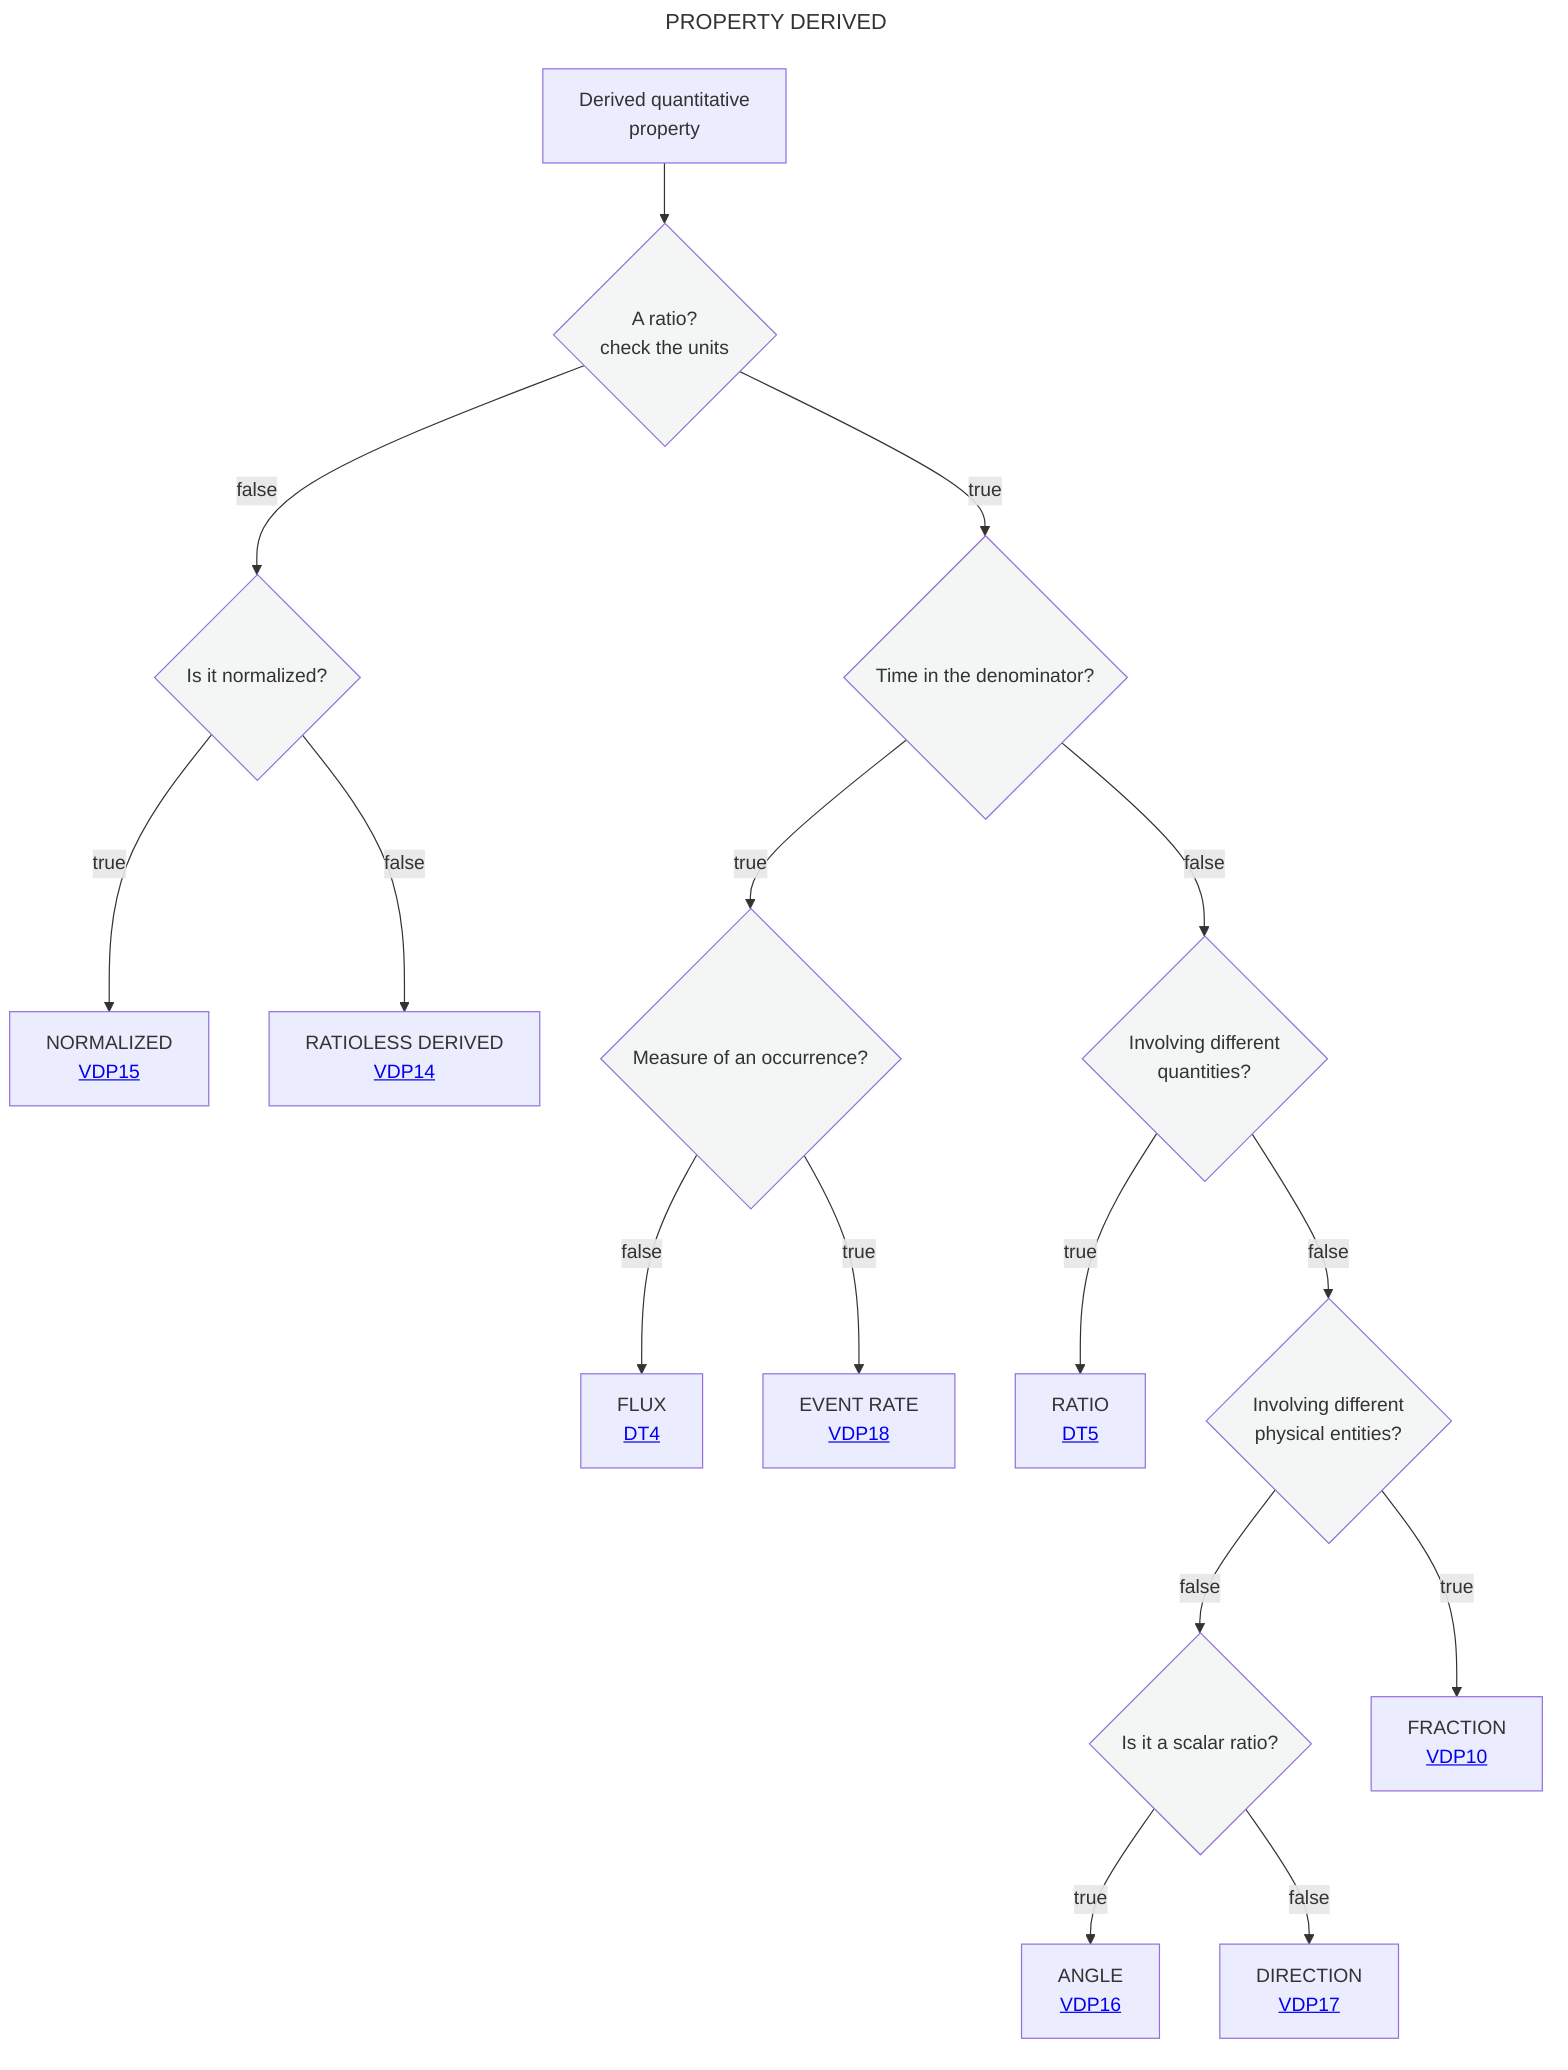
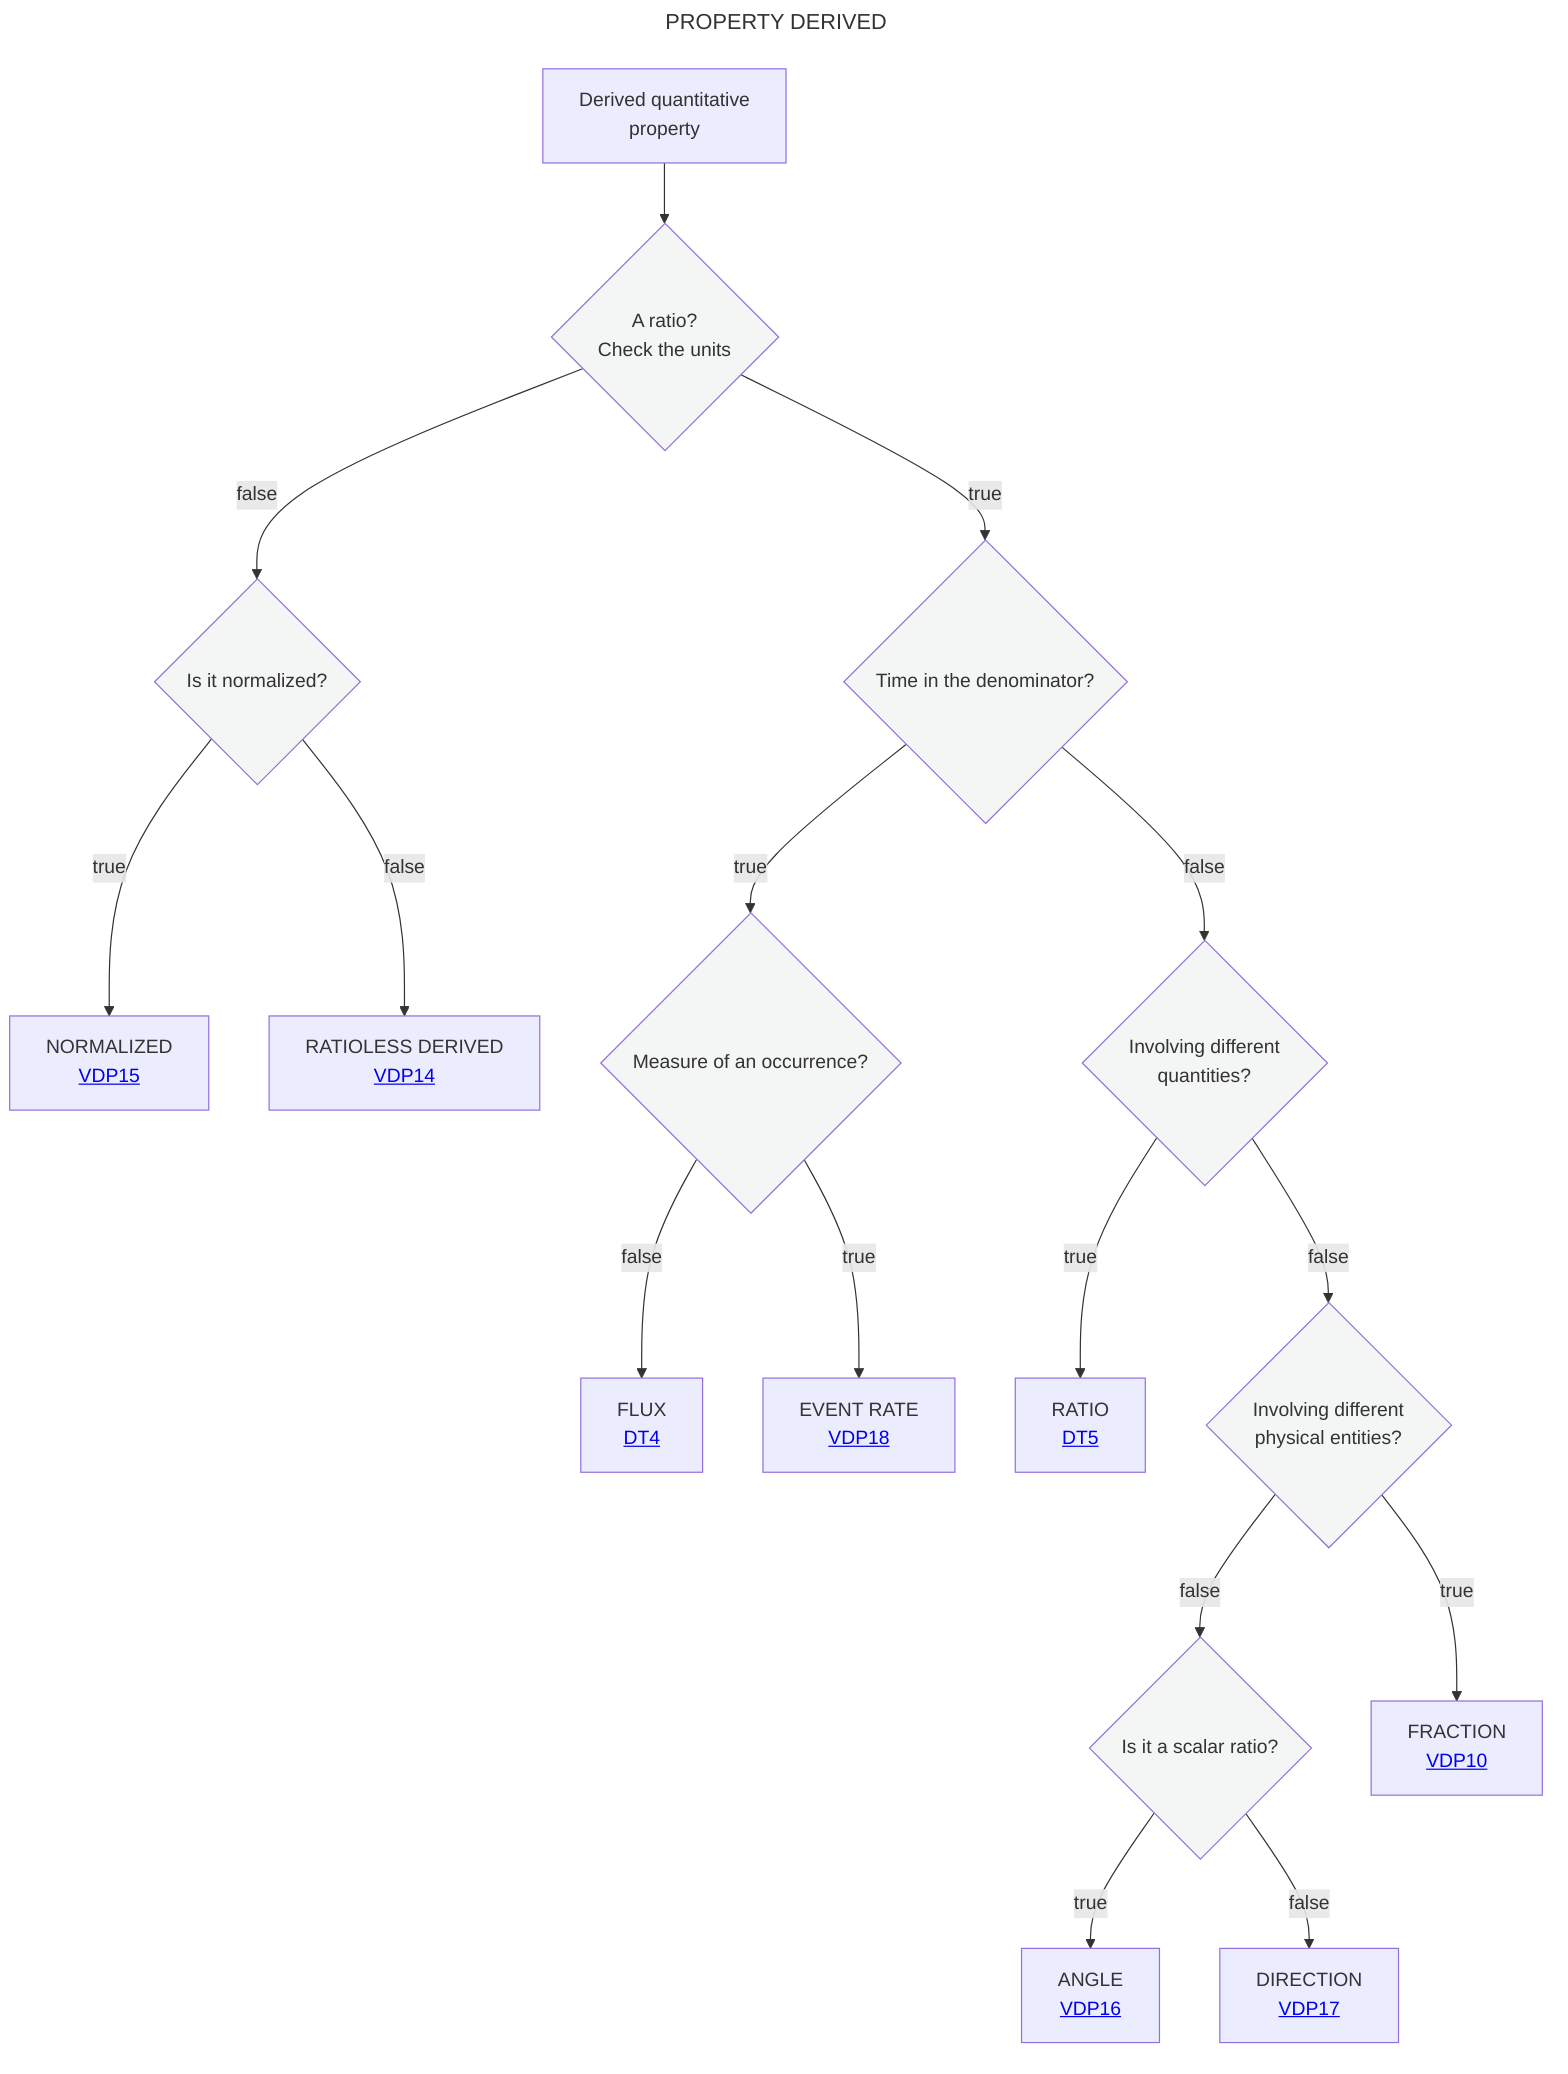
---
title: PROPERTY DERIVED
---
flowchart TD
-     A[Derived quantitative <br> property] --> B{A ratio?<br>check the units}:::white
+     A[Derived quantitative <br> property] --> B{A ratio?<br>Check the units}:::white
    B --> |true|N{Time in the denominator?}:::white
    B --> |false|I{Is it normalized?}:::white
    I --> |true|T[NORMALIZED <br> <a href='https://github.com/mabablue/I-ADOPT-patterns-playground/blob/main/pattern/VDP15.yaml'>VDP15</a>]
    I --> |false|U[RATIOLESS DERIVED <br> <a href='https://github.com/mabablue/I-ADOPT-patterns-playground/blob/main/pattern/VDP14.yaml'>VDP14</a>]
    N --> |true|E{Measure of an occurrence?}:::white
    E --> |false|K[FLUX <br> <a href='https://github.com/mabablue/I-ADOPT-patterns-playground/blob/main/Decisition_trees/DT4.mmd'> DT4</a>]
    E --> |true|J[EVENT RATE <br> <a href='https://github.com/mabablue/I-ADOPT-patterns-playground/blob/main/pattern/VDP18.yaml'>VDP18</a>]
    N --> |false|O{Involving different <br> quantities?}:::white
    O --> |true|P[RATIO <br> <a href='https://github.com/mabablue/I-ADOPT-patterns-playground/blob/main/Decisition_trees/DT5.mmd'> DT5</a>]
    O --> |false|Q{Involving different <br> physical entities?}:::white
    Q --> |false|R{Is it a scalar ratio?}:::white
    R --> |true|L[ANGLE <br> <a href='https://github.com/mabablue/I-ADOPT-patterns-playground/blob/main/pattern/VDP16.yaml'>VDP16</a>]
    R --> |false|M[DIRECTION <br> <a href='https://github.com/mabablue/I-ADOPT-patterns-playground/blob/main/pattern/VDP17.yaml'>VDP17</a>]
    Q --> |true|S[FRACTION <br> <a href='https://github.com/mabablue/I-ADOPT-patterns-playground/blob/main/pattern/VDP10.yaml'>VDP10</a>]
   classDef blue fill:#90D5FF
   classDef satblue fill:#57B9FF
   classDef white fill:#f3f6f4
   classDef green fill:#6aa84f

